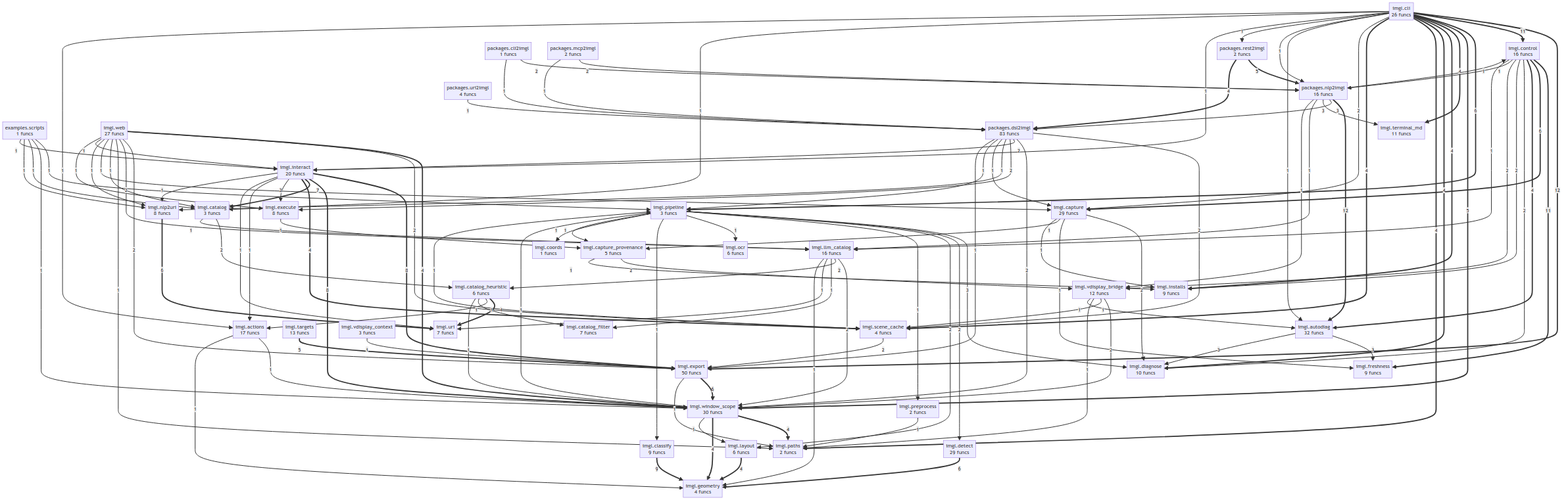
semcod/imgl keeps this Mermaid diagram as project/compact_flow.png. Above is the earlier version. Its source is kept beside it as project/compact_flow.mmd.
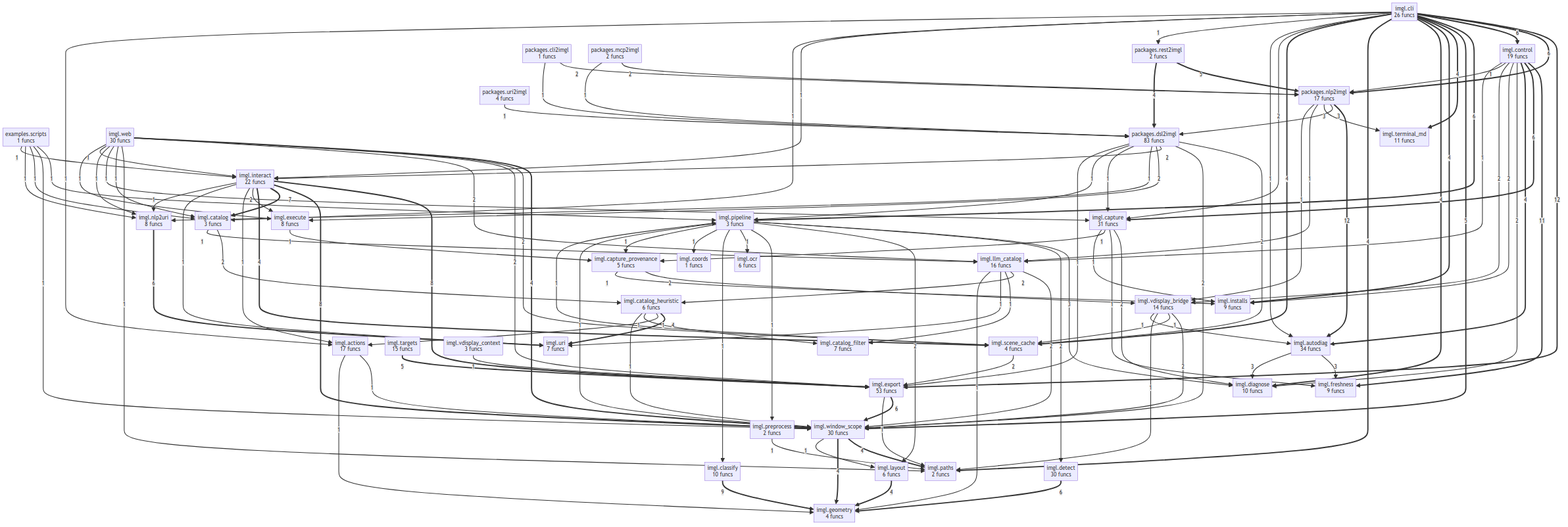
The same file after the commit.

What changed in the source:
```diff
@@ -1,24 +1,24 @@
 flowchart TD
     examples__scripts["examples.scripts<br/>1 funcs"]
     imgl__actions["imgl.actions<br/>17 funcs"]
-    imgl__autodiag["imgl.autodiag<br/>32 funcs"]
-    imgl__capture["imgl.capture<br/>29 funcs"]
+    imgl__autodiag["imgl.autodiag<br/>34 funcs"]
+    imgl__capture["imgl.capture<br/>31 funcs"]
     imgl__capture_provenance["imgl.capture_provenance<br/>5 funcs"]
     imgl__catalog["imgl.catalog<br/>3 funcs"]
     imgl__catalog_filter["imgl.catalog_filter<br/>7 funcs"]
     imgl__catalog_heuristic["imgl.catalog_heuristic<br/>6 funcs"]
-    imgl__classify["imgl.classify<br/>9 funcs"]
+    imgl__classify["imgl.classify<br/>10 funcs"]
     imgl__cli["imgl.cli<br/>26 funcs"]
-    imgl__control["imgl.control<br/>16 funcs"]
+    imgl__control["imgl.control<br/>19 funcs"]
     imgl__coords["imgl.coords<br/>1 funcs"]
-    imgl__detect["imgl.detect<br/>29 funcs"]
+    imgl__detect["imgl.detect<br/>30 funcs"]
     imgl__diagnose["imgl.diagnose<br/>10 funcs"]
     imgl__execute["imgl.execute<br/>8 funcs"]
-    imgl__export["imgl.export<br/>50 funcs"]
+    imgl__export["imgl.export<br/>53 funcs"]
     imgl__freshness["imgl.freshness<br/>9 funcs"]
     imgl__geometry["imgl.geometry<br/>4 funcs"]
     imgl__installs["imgl.installs<br/>9 funcs"]
-    imgl__interact["imgl.interact<br/>20 funcs"]
+    imgl__interact["imgl.interact<br/>22 funcs"]
     imgl__layout["imgl.layout<br/>6 funcs"]
     imgl__llm_catalog["imgl.llm_catalog<br/>16 funcs"]
     imgl__nlp2uri["imgl.nlp2uri<br/>8 funcs"]
@@ -27,32 +27,33 @@
     imgl__pipeline["imgl.pipeline<br/>3 funcs"]
     imgl__preprocess["imgl.preprocess<br/>2 funcs"]
     imgl__scene_cache["imgl.scene_cache<br/>4 funcs"]
-    imgl__targets["imgl.targets<br/>13 funcs"]
+    imgl__targets["imgl.targets<br/>15 funcs"]
     imgl__terminal_md["imgl.terminal_md<br/>11 funcs"]
     imgl__uri["imgl.uri<br/>7 funcs"]
-    imgl__vdisplay_bridge["imgl.vdisplay_bridge<br/>12 funcs"]
+    imgl__vdisplay_bridge["imgl.vdisplay_bridge<br/>14 funcs"]
     imgl__vdisplay_context["imgl.vdisplay_context<br/>3 funcs"]
-    imgl__web["imgl.web<br/>27 funcs"]
+    imgl__web["imgl.web<br/>30 funcs"]
     imgl__window_scope["imgl.window_scope<br/>30 funcs"]
     packages__cli2imgl["packages.cli2imgl<br/>1 funcs"]
     packages__dsl2imgl["packages.dsl2imgl<br/>83 funcs"]
     packages__mcp2imgl["packages.mcp2imgl<br/>2 funcs"]
-    packages__nlp2imgl["packages.nlp2imgl<br/>16 funcs"]
+    packages__nlp2imgl["packages.nlp2imgl<br/>17 funcs"]
     packages__rest2imgl["packages.rest2imgl<br/>2 funcs"]
     packages__uri2imgl["packages.uri2imgl<br/>4 funcs"]
     packages__nlp2imgl ==>|12| imgl__autodiag
     imgl__cli ==>|12| imgl__export
-    imgl__cli ==>|11| imgl__control
     imgl__control ==>|11| imgl__freshness
     imgl__classify ==>|9| imgl__geometry
     imgl__interact ==>|8| imgl__export
     imgl__interact ==>|8| imgl__window_scope
     imgl__interact ==>|7| imgl__catalog
+    imgl__cli ==>|6| packages__nlp2imgl
+    imgl__cli ==>|6| imgl__control
     imgl__cli ==>|6| imgl__pipeline
-    imgl__control ==>|6| imgl__capture
+    imgl__nlp2uri ==>|6| imgl__uri
     imgl__export ==>|6| imgl__window_scope
     imgl__detect ==>|6| imgl__geometry
-    imgl__nlp2uri ==>|6| imgl__uri
+    imgl__control ==>|6| imgl__capture
     packages__rest2imgl ==>|5| packages__nlp2imgl
     imgl__cli ==>|5| imgl__window_scope
     imgl__targets ==>|5| imgl__export
@@ -62,18 +63,18 @@
     imgl__cli ==>|4| imgl__diagnose
     imgl__cli ==>|4| imgl__paths
     imgl__cli ==>|4| imgl__scene_cache
+    imgl__interact ==>|4| imgl__scene_cache
     imgl__layout ==>|4| imgl__geometry
-    imgl__control ==>|4| imgl__autodiag
+    imgl__window_scope ==>|4| imgl__paths
+    imgl__window_scope ==>|4| imgl__geometry
     imgl__catalog_heuristic ==>|4| imgl__uri
     imgl__web ==>|4| imgl__window_scope
-    imgl__interact ==>|4| imgl__scene_cache
-    imgl__window_scope ==>|4| imgl__paths
-    imgl__window_scope ==>|4| imgl__geometry
+    imgl__control ==>|4| imgl__autodiag
     packages__nlp2imgl -->|3| packages__dsl2imgl
     packages__nlp2imgl -->|3| imgl__terminal_md
-    imgl__pipeline -->|3| imgl__diagnose
     imgl__autodiag -->|3| imgl__freshness
     imgl__autodiag -->|3| imgl__diagnose
+    imgl__pipeline -->|3| imgl__diagnose
     packages__cli2imgl -->|2| packages__nlp2imgl
     packages__mcp2imgl -->|2| packages__nlp2imgl
     packages__dsl2imgl -->|2| imgl__scene_cache
@@ -82,21 +83,21 @@
     packages__dsl2imgl -->|2| imgl__execute
     imgl__cli -->|2| imgl__capture
     imgl__scene_cache -->|2| imgl__export
+    imgl__interact -->|2| imgl__execute
     imgl__catalog -->|2| imgl__catalog_heuristic
     imgl__llm_catalog -->|2| imgl__window_scope
     imgl__llm_catalog -->|2| imgl__catalog_heuristic
     imgl__pipeline -->|2| imgl__detect
     imgl__pipeline -->|2| imgl__layout
-    imgl__control -->|2| imgl__diagnose
-    imgl__control -->|2| imgl__installs
-    imgl__control -->|2| imgl__vdisplay_bridge
     imgl__capture_provenance -->|2| imgl__vdisplay_bridge
     imgl__vdisplay_bridge -->|2| imgl__window_scope
     imgl__web -->|2| imgl__scene_cache
     imgl__web -->|2| imgl__export
     imgl__web -->|2| imgl__llm_catalog
-    imgl__interact -->|2| imgl__execute
     imgl__capture -->|2| imgl__diagnose
+    imgl__control -->|2| imgl__diagnose
+    imgl__control -->|2| imgl__installs
+    imgl__control -->|2| imgl__vdisplay_bridge
     packages__cli2imgl -->|1| packages__dsl2imgl
     packages__uri2imgl -->|1| packages__dsl2imgl
     packages__mcp2imgl -->|1| packages__dsl2imgl
@@ -106,24 +107,29 @@
     packages__dsl2imgl -->|1| imgl__export
     packages__nlp2imgl -->|1| imgl__llm_catalog
     packages__nlp2imgl -->|1| imgl__vdisplay_bridge
-    packages__nlp2imgl -->|1| imgl__control
     examples__scripts -->|1| imgl__pipeline
     examples__scripts -->|1| imgl__window_scope
     examples__scripts -->|1| imgl__catalog
     examples__scripts -->|1| imgl__nlp2uri
     examples__scripts -->|1| imgl__interact
     imgl__cli -->|1| imgl__autodiag
-    imgl__cli -->|1| packages__nlp2imgl
     imgl__cli -->|1| packages__rest2imgl
     imgl__cli -->|1| imgl__interact
     imgl__cli -->|1| imgl__catalog
     imgl__cli -->|1| imgl__actions
     imgl__scene_cache -->|1| imgl__pipeline
+    imgl__interact -->|1| imgl__actions
+    imgl__interact -->|1| imgl__uri
+    imgl__interact -->|1| imgl__nlp2uri
+    imgl__actions -->|1| imgl__window_scope
+    imgl__actions -->|1| imgl__geometry
     imgl__catalog -->|1| imgl__llm_catalog
     imgl__preprocess -->|1| imgl__paths
     imgl__llm_catalog -->|1| imgl__catalog_filter
     imgl__llm_catalog -->|1| imgl__uri
     imgl__llm_catalog -->|1| imgl__geometry
+    imgl__window_scope -->|1| imgl__pipeline
+    imgl__window_scope -->|1| imgl__layout
     imgl__vdisplay_context -->|1| imgl__export
     imgl__execute -->|1| imgl__capture_provenance
     imgl__pipeline -->|1| imgl__preprocess
@@ -131,8 +137,6 @@
     imgl__pipeline -->|1| imgl__classify
     imgl__pipeline -->|1| imgl__coords
     imgl__pipeline -->|1| imgl__capture_provenance
-    imgl__control -->|1| packages__nlp2imgl
-    imgl__control -->|1| imgl__llm_catalog
     imgl__capture_provenance -->|1| imgl__installs
     imgl__vdisplay_bridge -->|1| imgl__scene_cache
     imgl__vdisplay_bridge -->|1| imgl__paths
@@ -147,13 +151,8 @@
     imgl__web -->|1| imgl__nlp2uri
     imgl__web -->|1| imgl__interact
     imgl__web -->|1| imgl__execute
-    imgl__interact -->|1| imgl__actions
-    imgl__interact -->|1| imgl__uri
-    imgl__interact -->|1| imgl__nlp2uri
-    imgl__actions -->|1| imgl__window_scope
-    imgl__actions -->|1| imgl__geometry
     imgl__capture -->|1| imgl__freshness
     imgl__capture -->|1| imgl__capture_provenance
     imgl__capture -->|1| imgl__installs
-    imgl__window_scope -->|1| imgl__pipeline
-    imgl__window_scope -->|1| imgl__layout
+    imgl__control -->|1| packages__nlp2imgl
+    imgl__control -->|1| imgl__llm_catalog
```
